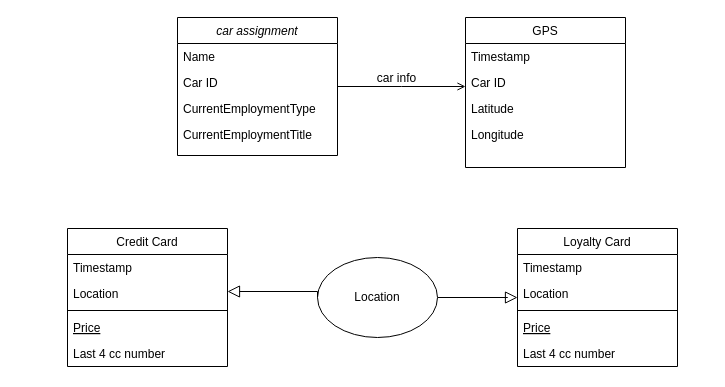
Above: 未命名绘图.drawio in DreamyMH/DreamyMH (draw.io), before the change. Source tidied: cells renumbered, new cells numbered last; positions are measured from the earlier drawing's top-left corner, leaving out a move shared by most shapes. Both pictures are drawn from the tidied source at 100%, with x=0, y=0 at pixel (67, 17).
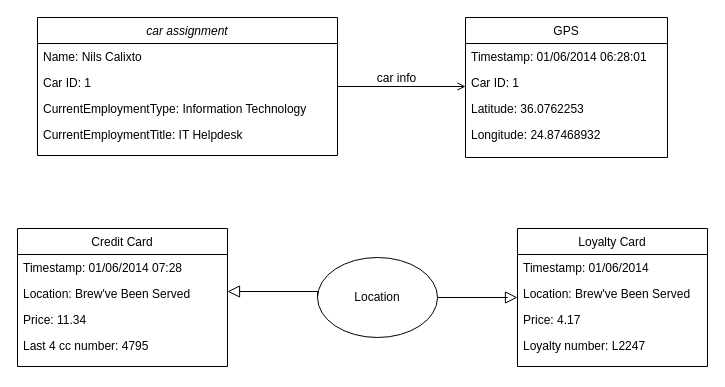
After the change.

Commit message (it also covers changes not shown here):
更新未命名绘图.drawio

Change to the diagram source:
```diff
@@
     <mxCell id="2" value="car assignment" style="swimlane;fontStyle=2;align=center;verticalAlign=top;horizontal=1;startSize=26;rounded=0;shadow=0;strokeWidth=1;" parent="1" vertex="1">
-      <mxGeometry x="110" width="160" height="138" as="geometry" />
+      <mxGeometry x="-30" width="300" height="138" as="geometry" />
     </mxCell>
-    <mxCell id="3" value="Name" style="text;align=left;verticalAlign=top;spacingLeft=4;spacingRight=4;overflow=hidden;" parent="2" vertex="1">
-      <mxGeometry y="26" width="160" height="26" as="geometry" />
+    <mxCell id="3" value="Name: Nils Calixto" style="text;align=left;verticalAlign=top;spacingLeft=4;spacingRight=4;overflow=hidden;" parent="2" vertex="1">
+      <mxGeometry y="26" width="300" height="26" as="geometry" />
     </mxCell>
-    <mxCell id="4" value="Car ID" style="text;align=left;verticalAlign=top;spacingLeft=4;spacingRight=4;overflow=hidden;rounded=0;shadow=0;html=0;" parent="2" vertex="1">
-      <mxGeometry y="52" width="160" height="26" as="geometry" />
+    <mxCell id="4" value="Car ID: 1" style="text;align=left;verticalAlign=top;spacingLeft=4;spacingRight=4;overflow=hidden;rounded=0;shadow=0;html=0;" parent="2" vertex="1">
+      <mxGeometry y="52" width="300" height="26" as="geometry" />
     </mxCell>
-    <mxCell id="5" value="CurrentEmploymentType" style="text;align=left;verticalAlign=top;spacingLeft=4;spacingRight=4;overflow=hidden;rounded=0;shadow=0;html=0;" parent="2" vertex="1">
-      <mxGeometry y="78" width="160" height="26" as="geometry" />
+    <mxCell id="5" value="CurrentEmploymentType: Information Technology" style="text;align=left;verticalAlign=top;spacingLeft=4;spacingRight=4;overflow=hidden;rounded=0;shadow=0;html=0;" parent="2" vertex="1">
+      <mxGeometry y="78" width="300" height="26" as="geometry" />
     </mxCell>
-    <mxCell id="6" value="CurrentEmploymentTitle" style="text;align=left;verticalAlign=top;spacingLeft=4;spacingRight=4;overflow=hidden;rounded=0;shadow=0;html=0;" parent="2" vertex="1">
-      <mxGeometry y="104" width="160" height="26" as="geometry" />
+    <mxCell id="6" value="CurrentEmploymentTitle: IT Helpdesk" style="text;align=left;verticalAlign=top;spacingLeft=4;spacingRight=4;overflow=hidden;rounded=0;shadow=0;html=0;" parent="2" vertex="1">
+      <mxGeometry y="104" width="300" height="26" as="geometry" />
     </mxCell>
     <mxCell id="7" value="Credit Card" style="swimlane;fontStyle=0;align=center;verticalAlign=top;horizontal=1;startSize=26;rounded=0;shadow=0;strokeWidth=1;" parent="1" vertex="1">
-      <mxGeometry y="211" width="160" height="138" as="geometry" />
+      <mxGeometry x="-50" y="211" width="210" height="138" as="geometry" />
     </mxCell>
-    <mxCell id="8" value="Timestamp" style="text;align=left;verticalAlign=top;spacingLeft=4;spacingRight=4;overflow=hidden;" parent="7" vertex="1">
-      <mxGeometry y="26" width="160" height="26" as="geometry" />
+    <mxCell id="8" value="Timestamp: 01/06/2014 07:28" style="text;align=left;verticalAlign=top;spacingLeft=4;spacingRight=4;overflow=hidden;" parent="7" vertex="1">
+      <mxGeometry y="26" width="210" height="26" as="geometry" />
     </mxCell>
-    <mxCell id="9" value="Location" style="text;align=left;verticalAlign=top;spacingLeft=4;spacingRight=4;overflow=hidden;rounded=0;shadow=0;html=0;" parent="7" vertex="1">
-      <mxGeometry y="52" width="160" height="26" as="geometry" />
+    <mxCell id="9" value="Location: Brew've Been Served" style="text;align=left;verticalAlign=top;spacingLeft=4;spacingRight=4;overflow=hidden;rounded=0;shadow=0;html=0;" parent="7" vertex="1">
+      <mxGeometry y="52" width="210" height="26" as="geometry" />
     </mxCell>
-    <mxCell id="10" style="line;html=1;strokeWidth=1;align=left;verticalAlign=middle;spacingTop=-1;spacingLeft=3;spacingRight=3;labelPosition=right;" parent="7" vertex="1">
-      <mxGeometry y="78" width="160" height="8" as="geometry" />
-    </mxCell>
-    <mxCell id="11" value="Price" style="text;align=left;verticalAlign=top;spacingLeft=4;spacingRight=4;overflow=hidden;fontStyle=4;" parent="7" vertex="1">
-      <mxGeometry y="86" width="160" height="26" as="geometry" />
-    </mxCell>
+    <mxCell id="29" value="Price: 11.34" style="text;align=left;verticalAlign=top;spacingLeft=4;spacingRight=4;overflow=hidden;" parent="7" vertex="1">
+      <mxGeometry y="78" width="210" height="26" as="geometry" />
+    </mxCell>
-    <mxCell id="12" value="Last 4 cc number" style="text;align=left;verticalAlign=top;spacingLeft=4;spacingRight=4;overflow=hidden;" parent="7" vertex="1">
-      <mxGeometry y="112" width="160" height="26" as="geometry" />
+    <mxCell id="12" value="Last 4 cc number: 4795" style="text;align=left;verticalAlign=top;spacingLeft=4;spacingRight=4;overflow=hidden;" parent="7" vertex="1">
+      <mxGeometry y="104" width="210" height="26" as="geometry" />
     </mxCell>
@@
     <mxCell id="14" value="GPS" style="swimlane;fontStyle=0;align=center;verticalAlign=top;horizontal=1;startSize=26;rounded=0;shadow=0;strokeWidth=1;" parent="1" vertex="1">
-      <mxGeometry x="398" width="160" height="150" as="geometry" />
+      <mxGeometry x="398" width="202" height="140" as="geometry" />
     </mxCell>
-    <mxCell id="15" value="Timestamp" style="text;align=left;verticalAlign=top;spacingLeft=4;spacingRight=4;overflow=hidden;" parent="14" vertex="1">
-      <mxGeometry y="26" width="160" height="26" as="geometry" />
+    <mxCell id="15" value="Timestamp: 01/06/2014 06:28:01" style="text;align=left;verticalAlign=top;spacingLeft=4;spacingRight=4;overflow=hidden;" parent="14" vertex="1">
+      <mxGeometry y="26" width="202" height="26" as="geometry" />
     </mxCell>
-    <mxCell id="16" value="Car ID" style="text;align=left;verticalAlign=top;spacingLeft=4;spacingRight=4;overflow=hidden;rounded=0;shadow=0;html=0;" parent="14" vertex="1">
-      <mxGeometry y="52" width="160" height="26" as="geometry" />
+    <mxCell id="16" value="Car ID: 1" style="text;align=left;verticalAlign=top;spacingLeft=4;spacingRight=4;overflow=hidden;rounded=0;shadow=0;html=0;" parent="14" vertex="1">
+      <mxGeometry y="52" width="202" height="26" as="geometry" />
     </mxCell>
-    <mxCell id="17" value="Latitude" style="text;align=left;verticalAlign=top;spacingLeft=4;spacingRight=4;overflow=hidden;rounded=0;shadow=0;html=0;" parent="14" vertex="1">
-      <mxGeometry y="78" width="160" height="26" as="geometry" />
+    <mxCell id="17" value="Latitude: 36.0762253" style="text;align=left;verticalAlign=top;spacingLeft=4;spacingRight=4;overflow=hidden;rounded=0;shadow=0;html=0;" parent="14" vertex="1">
+      <mxGeometry y="78" width="202" height="26" as="geometry" />
     </mxCell>
-    <mxCell id="18" value="Longitude" style="text;align=left;verticalAlign=top;spacingLeft=4;spacingRight=4;overflow=hidden;rounded=0;shadow=0;html=0;" parent="14" vertex="1">
-      <mxGeometry y="104" width="160" height="26" as="geometry" />
+    <mxCell id="18" value="Longitude: 24.87468932" style="text;align=left;verticalAlign=top;spacingLeft=4;spacingRight=4;overflow=hidden;rounded=0;shadow=0;html=0;" parent="14" vertex="1">
+      <mxGeometry y="104" width="202" height="26" as="geometry" />
     </mxCell>
@@
     <mxCell id="23" value="Loyalty Card" style="swimlane;fontStyle=0;align=center;verticalAlign=top;horizontal=1;startSize=26;rounded=0;shadow=0;strokeWidth=1;" parent="1" vertex="1">
-      <mxGeometry x="450" y="211" width="160" height="138" as="geometry" />
+      <mxGeometry x="450" y="211" width="190" height="138" as="geometry" />
     </mxCell>
-    <mxCell id="24" value="Timestamp" style="text;align=left;verticalAlign=top;spacingLeft=4;spacingRight=4;overflow=hidden;" parent="23" vertex="1">
-      <mxGeometry y="26" width="160" height="26" as="geometry" />
+    <mxCell id="24" value="Timestamp: 01/06/2014" style="text;align=left;verticalAlign=top;spacingLeft=4;spacingRight=4;overflow=hidden;" parent="23" vertex="1">
+      <mxGeometry y="26" width="190" height="26" as="geometry" />
     </mxCell>
-    <mxCell id="25" value="Location" style="text;align=left;verticalAlign=top;spacingLeft=4;spacingRight=4;overflow=hidden;rounded=0;shadow=0;html=0;" parent="23" vertex="1">
-      <mxGeometry y="52" width="160" height="26" as="geometry" />
+    <mxCell id="25" value="Location: Brew've Been Served" style="text;align=left;verticalAlign=top;spacingLeft=4;spacingRight=4;overflow=hidden;rounded=0;shadow=0;html=0;" parent="23" vertex="1">
+      <mxGeometry y="52" width="190" height="26" as="geometry" />
     </mxCell>
-    <mxCell id="26" style="line;html=1;strokeWidth=1;align=left;verticalAlign=middle;spacingTop=-1;spacingLeft=3;spacingRight=3;labelPosition=right;" parent="23" vertex="1">
-      <mxGeometry y="78" width="160" height="8" as="geometry" />
-    </mxCell>
-    <mxCell id="27" value="Price" style="text;align=left;verticalAlign=top;spacingLeft=4;spacingRight=4;overflow=hidden;fontStyle=4;" parent="23" vertex="1">
-      <mxGeometry y="86" width="160" height="26" as="geometry" />
-    </mxCell>
-    <mxCell id="28" value="Last 4 cc number" style="text;align=left;verticalAlign=top;spacingLeft=4;spacingRight=4;overflow=hidden;" parent="23" vertex="1">
-      <mxGeometry y="112" width="160" height="26" as="geometry" />
+    <mxCell id="28" value="Price: 4.17" style="text;align=left;verticalAlign=top;spacingLeft=4;spacingRight=4;overflow=hidden;" parent="23" vertex="1">
+      <mxGeometry y="78" width="190" height="26" as="geometry" />
     </mxCell>
+    <mxCell id="30" value="Loyalty number: L2247" style="text;align=left;verticalAlign=top;spacingLeft=4;spacingRight=4;overflow=hidden;" parent="23" vertex="1">
+      <mxGeometry y="104" width="190" height="26" as="geometry" />
+    </mxCell>
```
